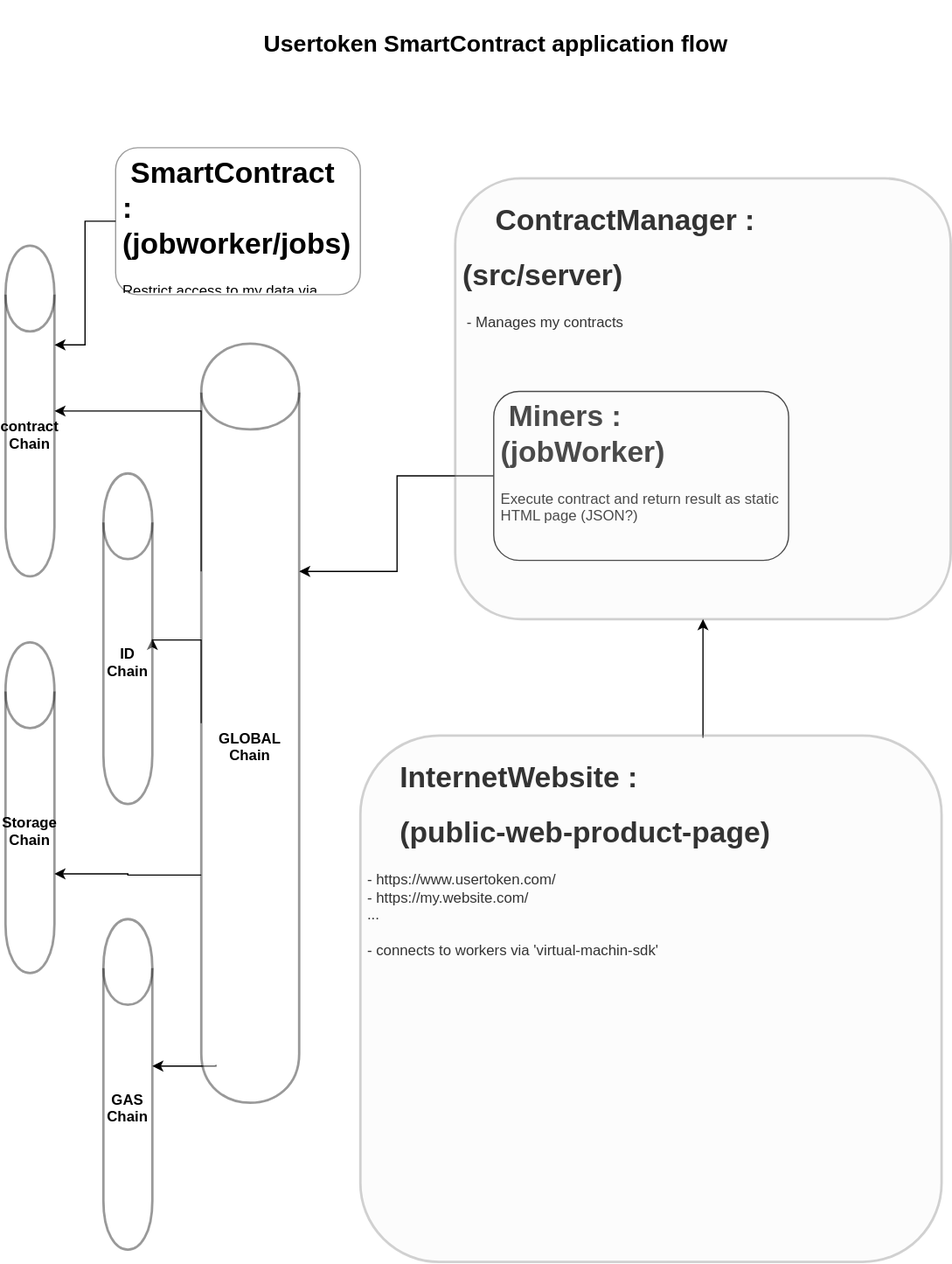
The draw.io diagram virtual-machine.svg in dev-usertoken/virtual-machine, before a commit. Source tidied: cells renumbered, new cells last; positions are measured from the earlier drawing's top-left corner, leaving out a move shared by most shapes. Its diagram source:
```xml
<mxGraphModel background="#ffffff">
  <root>
    <mxCell id="0" />
    <mxCell id="1" parent="0" />
    <mxCell id="2" style="edgeStyle=orthogonalEdgeStyle;rounded=0;html=1;exitX=0;exitY=0.5;entryX=1;entryY=0.3;jettySize=auto;" parent="1" edge="1" source="3" target="14">
      <mxGeometry relative="1" as="geometry" />
    </mxCell>
    <mxCell id="3" value="&lt;h1&gt;&amp;nbsp;SmartContract : (jobworker/jobs)&lt;br&gt;&lt;/h1&gt;&lt;p&gt;Restrict access to my data via contract Pay-to-Access (GAS)&lt;br&gt;&lt;/p&gt;" style="text;html=1;strokeColor=#000000;fillColor=none;spacing=5;spacingTop=-20;whiteSpace=wrap;overflow=hidden;rounded=1;shadow=0;glass=0;comic=0;opacity=40;" parent="1" vertex="1">
      <mxGeometry x="90" y="120" width="200" height="120" as="geometry" />
    </mxCell>
    <mxCell id="4" style="edgeStyle=orthogonalEdgeStyle;rounded=0;html=1;entryX=1;entryY=0.3;jettySize=auto;" parent="1" edge="1" source="5" target="13">
      <mxGeometry relative="1" as="geometry" />
    </mxCell>
    <mxCell id="5" value="&lt;h1&gt;&amp;nbsp;Miners : (jobWorker)&lt;br&gt;&lt;/h1&gt;&lt;p&gt;Execute contract and return result as static HTML page (JSON?)&lt;br&gt;&lt;/p&gt;" style="text;html=1;strokeColor=#000000;fillColor=none;spacing=5;spacingTop=-20;whiteSpace=wrap;overflow=hidden;rounded=1;shadow=0;glass=0;comic=0;" parent="1" vertex="1">
      <mxGeometry x="399" y="319" width="241" height="138" as="geometry" />
    </mxCell>
    <mxCell id="6" value="&lt;div align=&quot;left&quot;&gt;&amp;nbsp;&amp;nbsp; &lt;h1&gt;&amp;nbsp;&amp;nbsp;&amp;nbsp; ContractManager : &lt;br&gt;&lt;/h1&gt;&lt;h1&gt;(src/server)&lt;br&gt;&lt;/h1&gt;&amp;nbsp;- Manages my contracts&lt;br&gt;&lt;/div&gt;" style="text;html=1;strokeColor=#666666;fillColor=#f5f5f5;spacing=5;spacingTop=-20;whiteSpace=wrap;overflow=hidden;rounded=1;shadow=0;glass=0;comic=0;fontColor=#333333;opacity=30;strokeWidth=2;" parent="1" vertex="1">
      <mxGeometry x="367.5" y="145" width="405" height="360" as="geometry" />
    </mxCell>
    <mxCell id="7" style="edgeStyle=orthogonalEdgeStyle;rounded=0;html=1;exitX=0.59;exitY=0.004;entryX=0.5;entryY=1;jettySize=auto;exitPerimeter=0;" parent="1" edge="1" source="8" target="6">
      <mxGeometry relative="1" as="geometry" />
    </mxCell>
    <mxCell id="8" value="&amp;nbsp;&amp;nbsp; &lt;br&gt;&lt;h1&gt;&amp;nbsp;&amp;nbsp;&amp;nbsp; InternetWebsite : &lt;br&gt;&lt;/h1&gt;&lt;h1&gt;&amp;nbsp;&amp;nbsp;&amp;nbsp; (public-web-product-page)&lt;br&gt;&lt;/h1&gt;&lt;div&gt;- https://www.usertoken.com/&lt;/div&gt;&lt;div&gt;- https://my.website.com/&lt;/div&gt;&lt;div&gt;...&lt;/div&gt;&lt;div&gt;&lt;br&gt;&lt;/div&gt;&lt;div&gt;- connects to workers via 'virtual-machin-sdk'&lt;/div&gt;&lt;div&gt;&lt;br&gt;&lt;/div&gt;&lt;div&gt;&lt;br&gt;&lt;/div&gt;" style="text;html=1;strokeColor=#666666;fillColor=#f5f5f5;spacing=5;spacingTop=-20;whiteSpace=wrap;overflow=hidden;rounded=1;shadow=0;glass=0;comic=0;fontColor=#333333;opacity=30;strokeWidth=2;" parent="1" vertex="1">
      <mxGeometry x="290" y="600" width="475" height="430" as="geometry" />
    </mxCell>
    <mxCell id="9" style="edgeStyle=orthogonalEdgeStyle;rounded=0;html=1;exitX=0;exitY=0.5;entryX=1;entryY=0.5;jettySize=auto;" parent="1" edge="1" source="13" target="15">
      <mxGeometry relative="1" as="geometry">
        <Array as="points">
          <mxPoint x="160" y="522" />
        </Array>
      </mxGeometry>
    </mxCell>
    <mxCell id="10" style="edgeStyle=orthogonalEdgeStyle;rounded=0;html=1;exitX=0;exitY=0.3;entryX=1;entryY=0.5;jettySize=auto;" parent="1" edge="1" source="13" target="14">
      <mxGeometry relative="1" as="geometry">
        <Array as="points">
          <mxPoint x="160" y="335" />
        </Array>
      </mxGeometry>
    </mxCell>
    <mxCell id="11" style="edgeStyle=orthogonalEdgeStyle;rounded=0;html=1;exitX=0;exitY=0.7;entryX=1;entryY=0.7;jettySize=auto;" parent="1" edge="1" source="13" target="16">
      <mxGeometry relative="1" as="geometry" />
    </mxCell>
    <mxCell id="12" style="edgeStyle=orthogonalEdgeStyle;rounded=0;html=1;exitX=0.15;exitY=0.95;exitPerimeter=0;jettySize=auto;" parent="1" edge="1" source="13" target="17">
      <mxGeometry relative="1" as="geometry">
        <Array as="points">
          <mxPoint x="130" y="870" />
          <mxPoint x="130" y="870" />
        </Array>
      </mxGeometry>
    </mxCell>
    <mxCell id="13" value="&lt;div&gt;&lt;b&gt;GLOBAL&lt;/b&gt;&lt;/div&gt;&lt;div&gt;&lt;b&gt;Chain&lt;/b&gt;&lt;br&gt;&lt;/div&gt;" style="shape=cylinder;whiteSpace=wrap;html=1;boundedLbl=1;backgroundOutline=1;rounded=1;shadow=0;glass=0;comic=0;strokeColor=#000000;strokeWidth=2;opacity=40;" parent="1" vertex="1">
      <mxGeometry x="160" y="280" width="80" height="620" as="geometry" />
    </mxCell>
    <mxCell id="14" value="&lt;div&gt;&lt;b&gt;contract&lt;/b&gt;&lt;/div&gt;&lt;div&gt;&lt;b&gt;Chain&lt;br&gt;&lt;/b&gt;&lt;/div&gt;" style="shape=cylinder;whiteSpace=wrap;html=1;boundedLbl=1;backgroundOutline=1;rounded=1;shadow=0;glass=0;comic=0;strokeColor=#000000;strokeWidth=2;opacity=40;" parent="1" vertex="1">
      <mxGeometry y="200" width="40" height="270" as="geometry" />
    </mxCell>
    <mxCell id="15" value="&lt;div&gt;&lt;b&gt;ID&lt;/b&gt;&lt;/div&gt;&lt;div&gt;&lt;b&gt;Chain&lt;/b&gt;&lt;br&gt;&lt;/div&gt;" style="shape=cylinder;whiteSpace=wrap;html=1;boundedLbl=1;backgroundOutline=1;rounded=1;shadow=0;glass=0;comic=0;strokeColor=#000000;strokeWidth=2;opacity=40;" parent="1" vertex="1">
      <mxGeometry x="80" y="386" width="40" height="270" as="geometry" />
    </mxCell>
    <mxCell id="16" value="&lt;b&gt;Storage&lt;/b&gt;&lt;div&gt;&lt;b&gt;Chain&lt;br&gt;&lt;/b&gt;&lt;/div&gt;" style="shape=cylinder;whiteSpace=wrap;html=1;boundedLbl=1;backgroundOutline=1;rounded=1;shadow=0;glass=0;comic=0;strokeColor=#000000;strokeWidth=2;opacity=40;" parent="1" vertex="1">
      <mxGeometry y="524" width="40" height="270" as="geometry" />
    </mxCell>
    <mxCell id="17" value="&lt;div&gt;&lt;b&gt;GAS&lt;/b&gt;&lt;/div&gt;&lt;div&gt;&lt;b&gt;Chain&lt;/b&gt;&lt;br&gt;&lt;/div&gt;" style="shape=cylinder;whiteSpace=wrap;html=1;boundedLbl=1;backgroundOutline=1;rounded=1;shadow=0;glass=0;comic=0;strokeColor=#000000;strokeWidth=2;opacity=40;" parent="1" vertex="1">
      <mxGeometry x="80" y="750" width="40" height="270" as="geometry" />
    </mxCell>
    <mxCell id="18" value="&lt;b&gt;&lt;font style=&quot;font-size: 19px&quot;&gt;Usertoken SmartContract application flow&lt;/font&gt;&lt;/b&gt;" style="text;html=1;strokeColor=none;fillColor=none;align=center;verticalAlign=middle;whiteSpace=wrap;rounded=0;shadow=0;glass=0;comic=0;opacity=40;" parent="1" vertex="1">
      <mxGeometry x="200" width="400" height="70" as="geometry" />
    </mxCell>
  </root>
</mxGraphModel>
```
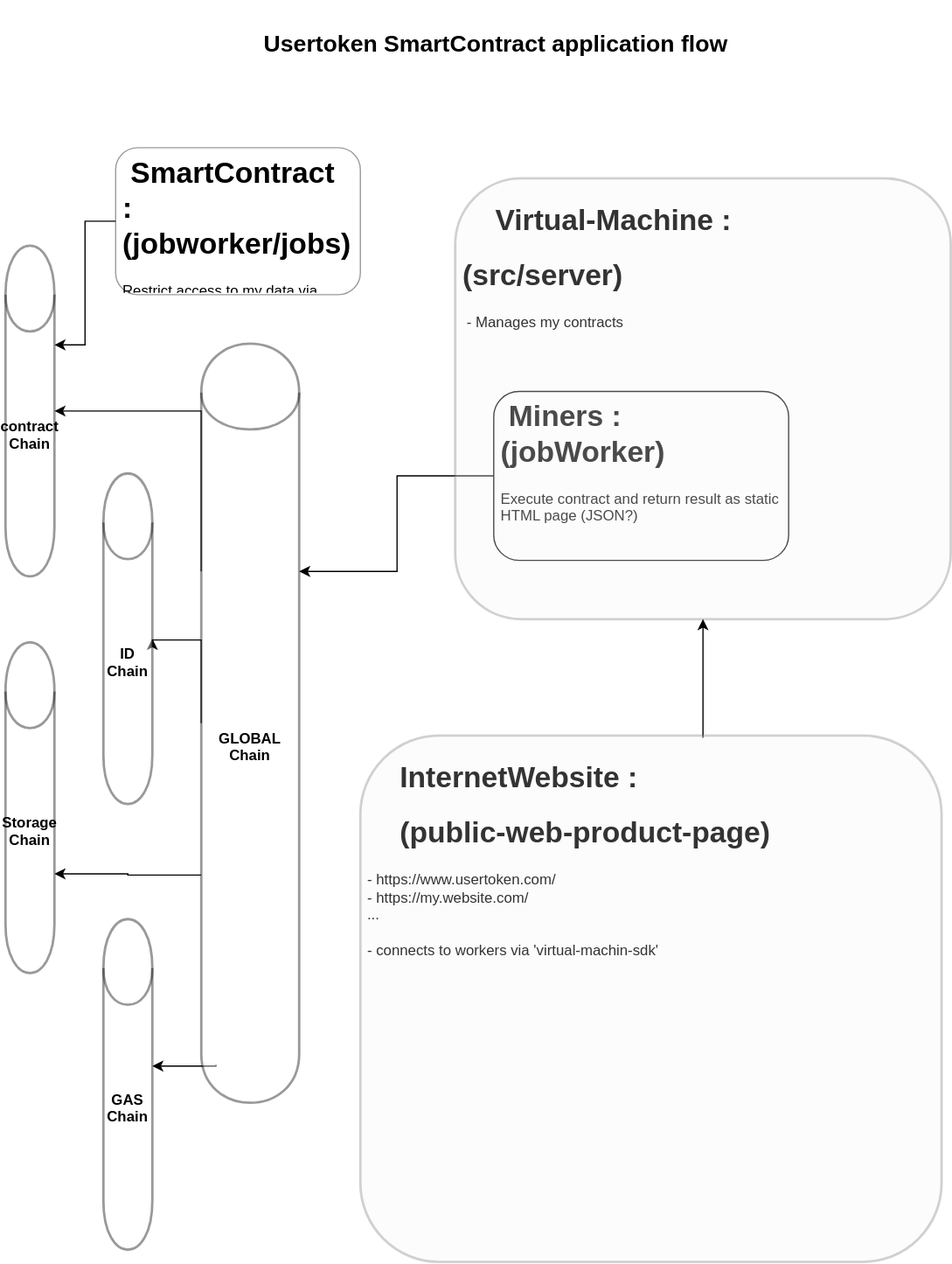
The same file after the commit.

Commit message:
virtual-machine

Diff of the diagram source:
```diff
@@ -14,7 +14,7 @@
     <mxCell id="5" value="&lt;h1&gt;&amp;nbsp;Miners : (jobWorker)&lt;br&gt;&lt;/h1&gt;&lt;p&gt;Execute contract and return result as static HTML page (JSON?)&lt;br&gt;&lt;/p&gt;" style="text;html=1;strokeColor=#000000;fillColor=none;spacing=5;spacingTop=-20;whiteSpace=wrap;overflow=hidden;rounded=1;shadow=0;glass=0;comic=0;" parent="1" vertex="1">
       <mxGeometry x="399" y="319" width="241" height="138" as="geometry" />
     </mxCell>
-    <mxCell id="6" value="&lt;div align=&quot;left&quot;&gt;&amp;nbsp;&amp;nbsp; &lt;h1&gt;&amp;nbsp;&amp;nbsp;&amp;nbsp; ContractManager : &lt;br&gt;&lt;/h1&gt;&lt;h1&gt;(src/server)&lt;br&gt;&lt;/h1&gt;&amp;nbsp;- Manages my contracts&lt;br&gt;&lt;/div&gt;" style="text;html=1;strokeColor=#666666;fillColor=#f5f5f5;spacing=5;spacingTop=-20;whiteSpace=wrap;overflow=hidden;rounded=1;shadow=0;glass=0;comic=0;fontColor=#333333;opacity=30;strokeWidth=2;" parent="1" vertex="1">
+    <mxCell id="6" value="&lt;div align=&quot;left&quot;&gt;&amp;nbsp;&amp;nbsp; &lt;h1&gt;&amp;nbsp;&amp;nbsp;&amp;nbsp; Virtual-Machine : &lt;br&gt;&lt;/h1&gt;&lt;h1&gt;(src/server)&lt;br&gt;&lt;/h1&gt;&amp;nbsp;- Manages my contracts&lt;br&gt;&lt;/div&gt;" style="text;html=1;strokeColor=#666666;fillColor=#f5f5f5;spacing=5;spacingTop=-20;whiteSpace=wrap;overflow=hidden;rounded=1;shadow=0;glass=0;comic=0;fontColor=#333333;opacity=30;strokeWidth=2;" parent="1" vertex="1">
       <mxGeometry x="367.5" y="145" width="405" height="360" as="geometry" />
     </mxCell>
     <mxCell id="7" style="edgeStyle=orthogonalEdgeStyle;rounded=0;html=1;exitX=0.59;exitY=0.004;entryX=0.5;entryY=1;jettySize=auto;exitPerimeter=0;" parent="1" edge="1" source="8" target="6">
```
